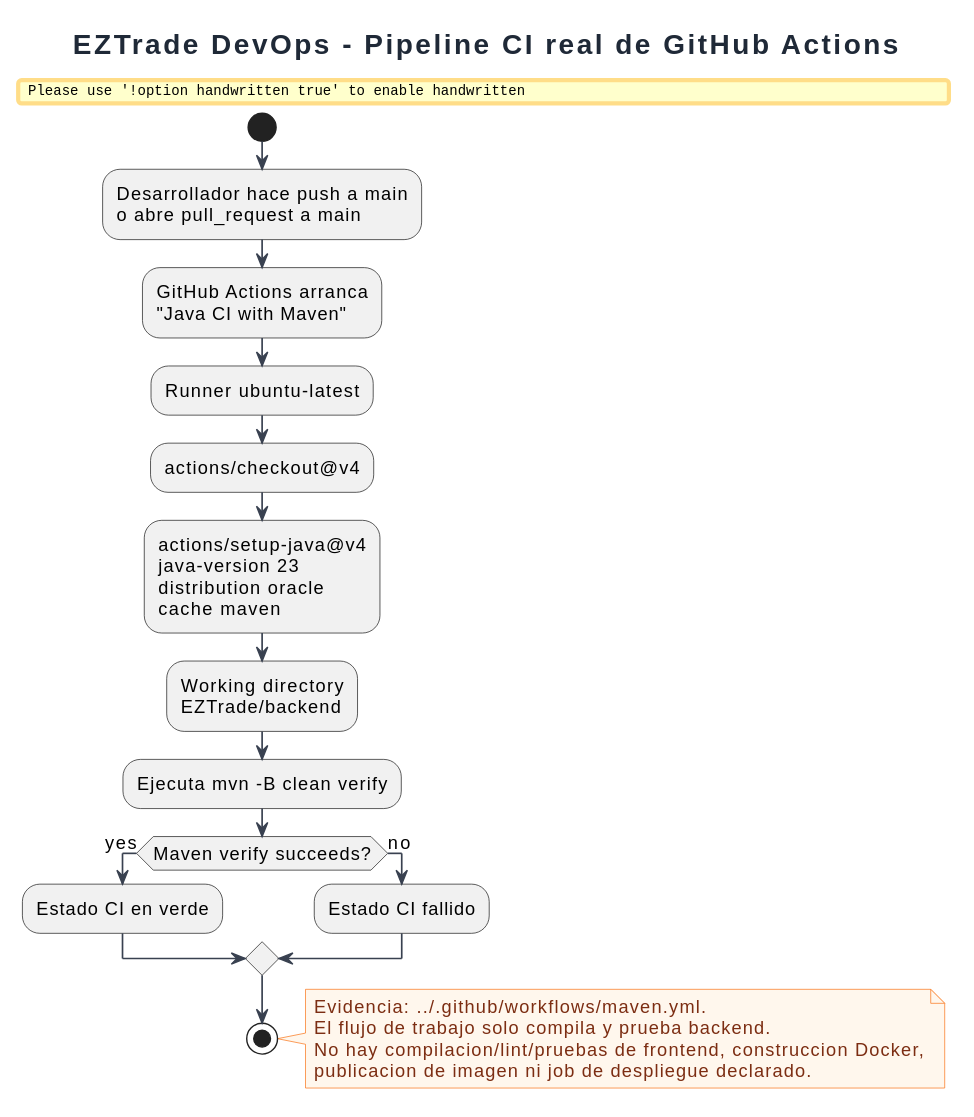
Above: EZTrade/docs/engineering-diagrams/06-devops-infrastructure/rendered/cicd-pipeline-overview.svg in SergioGarciaRuiz557/EZTrade (PlantUML), before the change. Source of this version:
```plantuml
@startuml
!include ../../common/eztrade-style.puml

title EZTrade DevOps - Pipeline CI real de GitHub Actions

start
:Desarrollador hace push a main\no abre pull_request a main;
:GitHub Actions arranca\n"Java CI with Maven";
:Runner ubuntu-latest;
:actions/checkout@v4;
:actions/setup-java@v4\njava-version 23\ndistribution oracle\ncache maven;
:Working directory\nEZTrade/backend;
:Ejecuta mvn -B clean verify;
if (Maven verify succeeds?) then (yes)
  :Estado CI en verde;
else (no)
  :Estado CI fallido;
endif
stop

note right
Evidencia: ../.github/workflows/maven.yml.
El flujo de trabajo solo compila y prueba backend.
No hay compilacion/lint/pruebas de frontend, construccion Docker,
publicacion de imagen ni job de despliegue declarado.
end note
@enduml
```
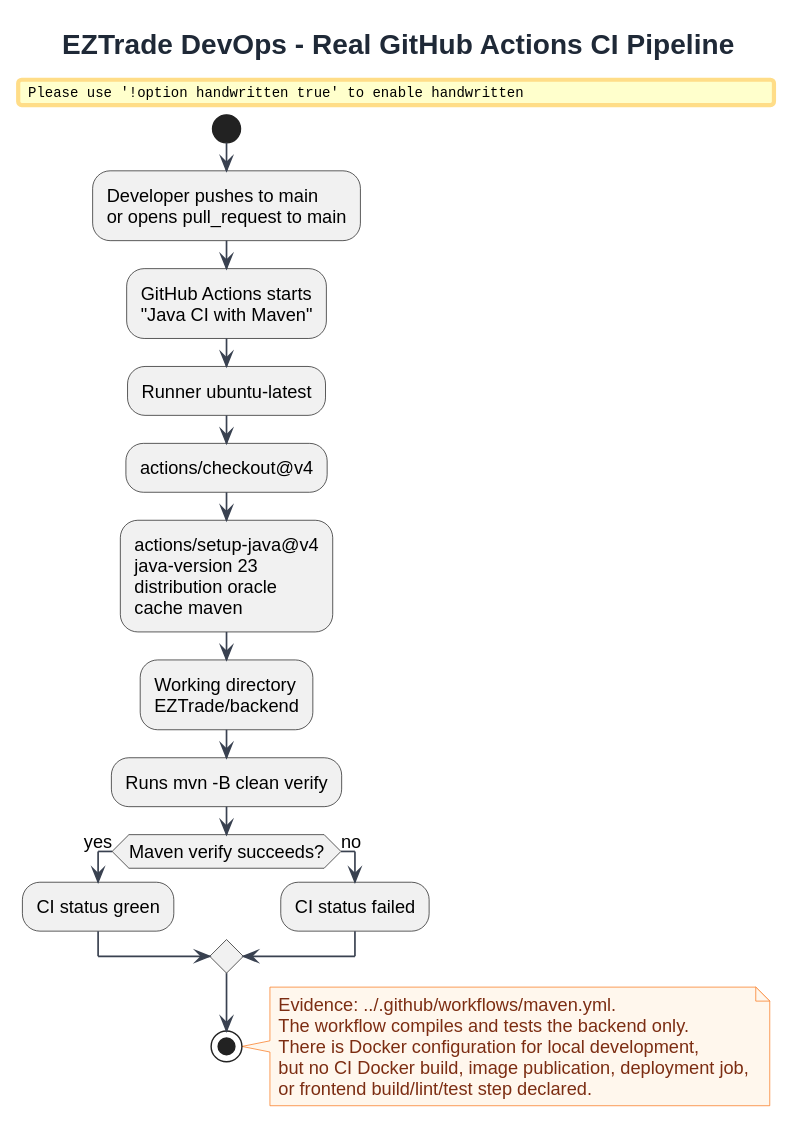
After the change.

Diff of the diagram source:
```diff
@@ -1,27 +1,28 @@
 @startuml
 !include ../../common/eztrade-style.puml
 
-title EZTrade DevOps - Pipeline CI real de GitHub Actions
+title EZTrade DevOps - Real GitHub Actions CI Pipeline
 
 start
-:Desarrollador hace push a main\no abre pull_request a main;
-:GitHub Actions arranca\n"Java CI with Maven";
+:Developer pushes to main\nor opens pull_request to main;
+:GitHub Actions starts\n"Java CI with Maven";
 :Runner ubuntu-latest;
 :actions/checkout@v4;
 :actions/setup-java@v4\njava-version 23\ndistribution oracle\ncache maven;
 :Working directory\nEZTrade/backend;
-:Ejecuta mvn -B clean verify;
+:Runs mvn -B clean verify;
 if (Maven verify succeeds?) then (yes)
-  :Estado CI en verde;
+  :CI status green;
 else (no)
-  :Estado CI fallido;
+  :CI status failed;
 endif
 stop
 
 note right
-Evidencia: ../.github/workflows/maven.yml.
-El flujo de trabajo solo compila y prueba backend.
-No hay compilacion/lint/pruebas de frontend, construccion Docker,
-publicacion de imagen ni job de despliegue declarado.
+Evidence: ../.github/workflows/maven.yml.
+The workflow compiles and tests the backend only.
+There is Docker configuration for local development,
+but no CI Docker build, image publication, deployment job,
+or frontend build/lint/test step declared.
 end note
 @enduml
```
